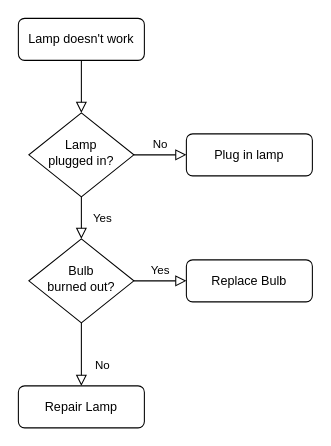
Above: My personal system 08.2024.drawio in avgor80/stuff (draw.io), before the change. Source tidied: cells renumbered, new cells numbered last; positions are measured from the earlier drawing's top-left corner, leaving out a move shared by most shapes. Both pictures are drawn from the tidied source at 105%, with x=0, y=0 at pixel (18, 18).
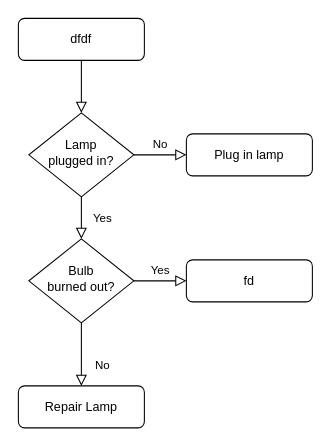
Above is the later version.

Change to the diagram source:
```diff
@@
 <mxGraphModel>
   <root>
     <mxCell id="0" />
     <mxCell id="1" parent="0" />
     <mxCell id="2" style="rounded=0;html=1;jettySize=auto;fontSize=11;endArrow=block;endFill=0;endSize=8;strokeWidth=1;shadow=0;labelBackgroundColor=none;edgeStyle=orthogonalEdgeStyle;" parent="1" edge="1" source="3" target="6">
       <mxGeometry relative="1" as="geometry" />
     </mxCell>
-    <mxCell id="3" value="Lamp doesn't work" style="rounded=1;whiteSpace=wrap;html=1;fontSize=12;glass=0;strokeWidth=1;shadow=0;" parent="1" vertex="1">
+    <mxCell id="3" value="dfdf" style="rounded=1;whiteSpace=wrap;html=1;fontSize=12;glass=0;strokeWidth=1;shadow=0;" parent="1" vertex="1">
       <mxGeometry width="120" height="40" as="geometry" />
     </mxCell>
     <mxCell id="4" value="Yes" style="rounded=0;html=1;jettySize=auto;fontSize=11;endArrow=block;endFill=0;endSize=8;strokeWidth=1;shadow=0;labelBackgroundColor=none;edgeStyle=orthogonalEdgeStyle;" parent="1" edge="1" source="6" target="10">
       <mxGeometry y="20" relative="1" as="geometry" />
     </mxCell>
     <mxCell id="5" value="No" style="edgeStyle=orthogonalEdgeStyle;rounded=0;html=1;jettySize=auto;fontSize=11;endArrow=block;endFill=0;endSize=8;strokeWidth=1;shadow=0;labelBackgroundColor=none;" parent="1" edge="1" source="6" target="7">
       <mxGeometry y="10" relative="1" as="geometry" />
     </mxCell>
     <mxCell id="6" value="Lamp&lt;br&gt;plugged in?" style="rhombus;whiteSpace=wrap;html=1;shadow=0;fontFamily=Helvetica;fontSize=12;align=center;strokeWidth=1;spacing=6;spacingTop=-4;" parent="1" vertex="1">
       <mxGeometry x="10" y="90" width="100" height="80" as="geometry" />
     </mxCell>
     <mxCell id="7" value="Plug in lamp" style="rounded=1;whiteSpace=wrap;html=1;fontSize=12;glass=0;strokeWidth=1;shadow=0;" parent="1" vertex="1">
       <mxGeometry x="160" y="110" width="120" height="40" as="geometry" />
     </mxCell>
     <mxCell id="8" value="No" style="rounded=0;html=1;jettySize=auto;fontSize=11;endArrow=block;endFill=0;endSize=8;strokeWidth=1;shadow=0;labelBackgroundColor=none;edgeStyle=orthogonalEdgeStyle;" parent="1" edge="1" source="10" target="11">
       <mxGeometry x="0.33" y="20" relative="1" as="geometry" />
     </mxCell>
     <mxCell id="9" value="Yes" style="edgeStyle=orthogonalEdgeStyle;rounded=0;html=1;jettySize=auto;fontSize=11;endArrow=block;endFill=0;endSize=8;strokeWidth=1;shadow=0;labelBackgroundColor=none;" parent="1" edge="1" source="10" target="12">
       <mxGeometry y="10" relative="1" as="geometry" />
     </mxCell>
     <mxCell id="10" value="Bulb&lt;br&gt;burned out?" style="rhombus;whiteSpace=wrap;html=1;shadow=0;fontFamily=Helvetica;fontSize=12;align=center;strokeWidth=1;spacing=6;spacingTop=-4;" parent="1" vertex="1">
       <mxGeometry x="10" y="210" width="100" height="80" as="geometry" />
     </mxCell>
     <mxCell id="11" value="Repair Lamp" style="rounded=1;whiteSpace=wrap;html=1;fontSize=12;glass=0;strokeWidth=1;shadow=0;" parent="1" vertex="1">
       <mxGeometry y="350" width="120" height="40" as="geometry" />
     </mxCell>
-    <mxCell id="12" value="Replace Bulb" style="rounded=1;whiteSpace=wrap;html=1;fontSize=12;glass=0;strokeWidth=1;shadow=0;" parent="1" vertex="1">
+    <mxCell id="12" value="fd" style="rounded=1;whiteSpace=wrap;html=1;fontSize=12;glass=0;strokeWidth=1;shadow=0;" parent="1" vertex="1">
       <mxGeometry x="160" y="230" width="120" height="40" as="geometry" />
     </mxCell>
   </root>
 </mxGraphModel>
```
